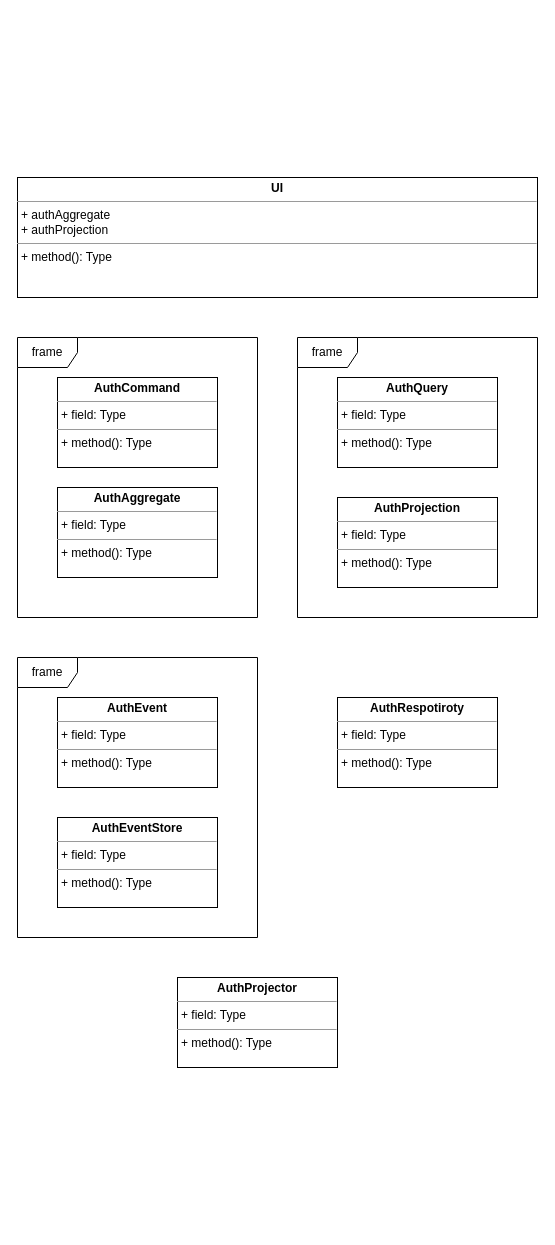
This is architecture.drawio from medical-voice-io/Movies, a draw.io file, before an edit. Source tidied: cells renumbered, new cells numbered last; positions are measured from the earlier drawing's top-left corner, leaving out a move shared by most shapes. Both pictures are drawn from the tidied source at 100%, with x=0, y=0 at pixel (17, 177).
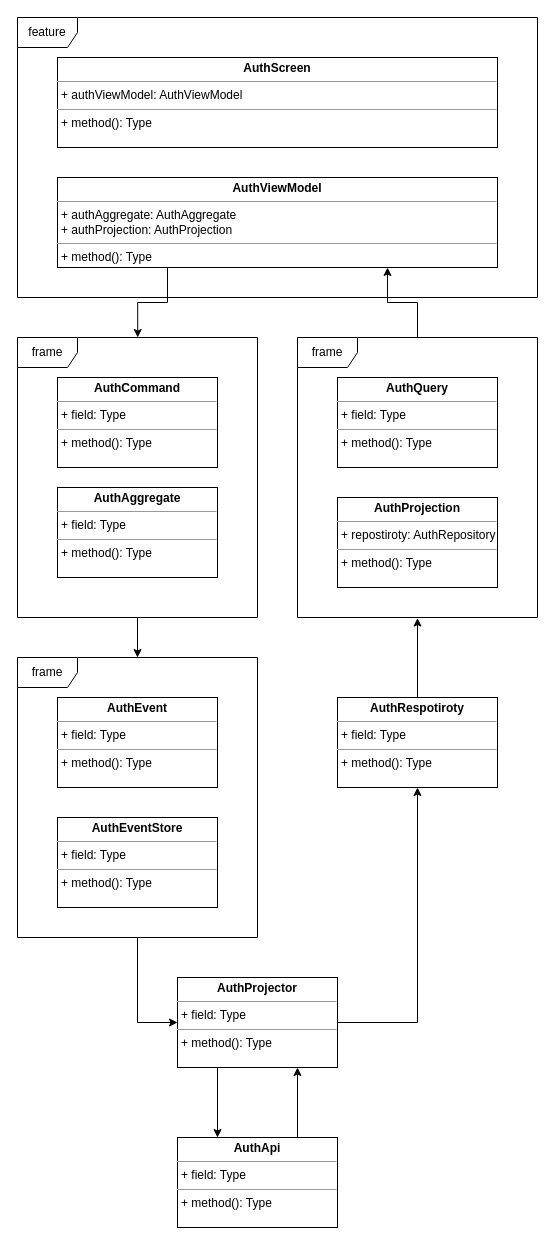
Above is the later version.

The change refers to these unchanged cells:
```xml
<mxCell id="6" value="frame" style="shape=umlFrame;whiteSpace=wrap;html=1;" parent="1" vertex="1">
  <mxGeometry y="160" width="240" height="280" as="geometry" />
</mxCell>
<mxCell id="7" value="frame" style="shape=umlFrame;whiteSpace=wrap;html=1;" parent="1" vertex="1">
  <mxGeometry x="280" y="160" width="240" height="280" as="geometry" />
</mxCell>
<mxCell id="11" value="frame" style="shape=umlFrame;whiteSpace=wrap;html=1;" parent="1" vertex="1">
  <mxGeometry y="480" width="240" height="280" as="geometry" />
</mxCell>
<mxCell id="12" value="&lt;p style=&quot;margin:0px;margin-top:4px;text-align:center;&quot;&gt;&lt;b&gt;AuthRespotiroty&lt;/b&gt;&lt;/p&gt;&lt;hr size=&quot;1&quot;&gt;&lt;p style=&quot;margin:0px;margin-left:4px;&quot;&gt;+ field: Type&lt;/p&gt;&lt;hr size=&quot;1&quot;&gt;&lt;p style=&quot;margin:0px;margin-left:4px;&quot;&gt;+ method(): Type&lt;/p&gt;" style="verticalAlign=top;align=left;overflow=fill;html=1;whiteSpace=wrap;" parent="1" vertex="1">
  <mxGeometry x="320" y="520" width="160" height="90" as="geometry" />
</mxCell>
<mxCell id="13" value="&lt;p style=&quot;margin:0px;margin-top:4px;text-align:center;&quot;&gt;&lt;b&gt;AuthProjector&lt;/b&gt;&lt;/p&gt;&lt;hr size=&quot;1&quot;&gt;&lt;p style=&quot;margin:0px;margin-left:4px;&quot;&gt;+ field: Type&lt;/p&gt;&lt;hr size=&quot;1&quot;&gt;&lt;p style=&quot;margin:0px;margin-left:4px;&quot;&gt;+ method(): Type&lt;/p&gt;" style="verticalAlign=top;align=left;overflow=fill;html=1;whiteSpace=wrap;" parent="1" vertex="1">
  <mxGeometry x="160" y="800" width="160" height="90" as="geometry" />
</mxCell>
```

The edit, as a diff of the source:
```diff
@@
-    <mxCell id="3" value="&lt;p style=&quot;margin:0px;margin-top:4px;text-align:center;&quot;&gt;&lt;b&gt;UI&lt;/b&gt;&lt;/p&gt;&lt;hr size=&quot;1&quot;&gt;&lt;p style=&quot;margin:0px;margin-left:4px;&quot;&gt;+ authAggregate&lt;/p&gt;&lt;p style=&quot;margin:0px;margin-left:4px;&quot;&gt;+ authProjection&lt;/p&gt;&lt;hr size=&quot;1&quot;&gt;&lt;p style=&quot;margin:0px;margin-left:4px;&quot;&gt;+ method(): Type&lt;/p&gt;" style="verticalAlign=top;align=left;overflow=fill;html=1;whiteSpace=wrap;" parent="1" vertex="1">
-      <mxGeometry width="520" height="120" as="geometry" />
-    </mxCell>
-    <mxCell id="4" value="&lt;p style=&quot;margin:0px;margin-top:4px;text-align:center;&quot;&gt;&lt;b&gt;AuthProjection&lt;/b&gt;&lt;/p&gt;&lt;hr size=&quot;1&quot;&gt;&lt;p style=&quot;margin:0px;margin-left:4px;&quot;&gt;+ field: Type&lt;/p&gt;&lt;hr size=&quot;1&quot;&gt;&lt;p style=&quot;margin:0px;margin-left:4px;&quot;&gt;+ method(): Type&lt;/p&gt;" style="verticalAlign=top;align=left;overflow=fill;html=1;whiteSpace=wrap;" parent="1" vertex="1">
+    <mxCell id="4" value="&lt;p style=&quot;margin:0px;margin-top:4px;text-align:center;&quot;&gt;&lt;b&gt;AuthProjection&lt;/b&gt;&lt;/p&gt;&lt;hr size=&quot;1&quot;&gt;&lt;p style=&quot;margin:0px;margin-left:4px;&quot;&gt;+ repostiroty: AuthRepository&lt;/p&gt;&lt;hr size=&quot;1&quot;&gt;&lt;p style=&quot;margin:0px;margin-left:4px;&quot;&gt;+ method(): Type&lt;/p&gt;" style="verticalAlign=top;align=left;overflow=fill;html=1;whiteSpace=wrap;" parent="1" vertex="1">
       <mxGeometry x="320" y="320" width="160" height="90" as="geometry" />
     </mxCell>
@@
+    <mxCell id="14" style="edgeStyle=orthogonalEdgeStyle;rounded=0;jettySize=auto;html=1;" parent="1" edge="1" source="6" target="11">
+      <mxGeometry relative="1" as="geometry" />
+    </mxCell>
@@
+    <mxCell id="15" style="edgeStyle=orthogonalEdgeStyle;rounded=0;jettySize=auto;html=1;entryX=0.75;entryY=1;entryDx=0;entryDy=0;" parent="1" edge="1" source="7" target="23">
+      <mxGeometry relative="1" as="geometry" />
+    </mxCell>
@@
+    <mxCell id="16" style="edgeStyle=orthogonalEdgeStyle;rounded=0;jettySize=auto;html=1;entryX=0;entryY=0.5;entryDx=0;entryDy=0;" parent="1" edge="1" source="11" target="13">
+      <mxGeometry relative="1" as="geometry" />
+    </mxCell>
@@
+    <mxCell id="17" style="edgeStyle=orthogonalEdgeStyle;rounded=0;jettySize=auto;html=1;entryX=0.5;entryY=1;entryDx=0;entryDy=0;" parent="1" edge="1" source="13" target="12">
+      <mxGeometry relative="1" as="geometry">
+        <Array as="points">
+          <mxPoint x="400" y="845" />
+        </Array>
+      </mxGeometry>
+    </mxCell>
+    <mxCell id="18" style="edgeStyle=orthogonalEdgeStyle;rounded=0;jettySize=auto;html=1;exitX=0.25;exitY=1;exitDx=0;exitDy=0;entryX=0.25;entryY=0;entryDx=0;entryDy=0;" parent="1" edge="1" source="13" target="20">
+      <mxGeometry relative="1" as="geometry" />
+    </mxCell>
@@
+    <mxCell id="19" style="edgeStyle=orthogonalEdgeStyle;rounded=0;jettySize=auto;html=1;exitX=0.75;exitY=0;exitDx=0;exitDy=0;entryX=0.75;entryY=1;entryDx=0;entryDy=0;" parent="1" edge="1" source="20" target="13">
+      <mxGeometry relative="1" as="geometry" />
+    </mxCell>
+    <mxCell id="20" value="&lt;p style=&quot;margin:0px;margin-top:4px;text-align:center;&quot;&gt;&lt;b&gt;AuthApi&lt;/b&gt;&lt;/p&gt;&lt;hr size=&quot;1&quot;&gt;&lt;p style=&quot;margin:0px;margin-left:4px;&quot;&gt;+ field: Type&lt;/p&gt;&lt;hr size=&quot;1&quot;&gt;&lt;p style=&quot;margin:0px;margin-left:4px;&quot;&gt;+ method(): Type&lt;/p&gt;" style="verticalAlign=top;align=left;overflow=fill;html=1;whiteSpace=wrap;" parent="1" vertex="1">
+      <mxGeometry x="160" y="960" width="160" height="90" as="geometry" />
+    </mxCell>
+    <mxCell id="21" style="edgeStyle=orthogonalEdgeStyle;rounded=0;jettySize=auto;html=1;entryX=0.5;entryY=1.002;entryDx=0;entryDy=0;entryPerimeter=0;" parent="1" edge="1" source="12" target="7">
+      <mxGeometry relative="1" as="geometry" />
+    </mxCell>
+    <mxCell id="22" value="feature" style="shape=umlFrame;whiteSpace=wrap;html=1;" parent="1" vertex="1">
+      <mxGeometry y="-160" width="520" height="280" as="geometry" />
+    </mxCell>
+    <mxCell id="23" value="&lt;p style=&quot;margin:0px;margin-top:4px;text-align:center;&quot;&gt;&lt;b&gt;AuthViewModel&lt;/b&gt;&lt;/p&gt;&lt;hr size=&quot;1&quot;&gt;&lt;p style=&quot;margin:0px;margin-left:4px;&quot;&gt;+ authAggregate: AuthAggregate&lt;/p&gt;&lt;p style=&quot;margin:0px;margin-left:4px;&quot;&gt;+ authProjection: AuthProjection&lt;/p&gt;&lt;hr size=&quot;1&quot;&gt;&lt;p style=&quot;margin:0px;margin-left:4px;&quot;&gt;+ method(): Type&lt;/p&gt;" style="verticalAlign=top;align=left;overflow=fill;html=1;whiteSpace=wrap;" parent="1" vertex="1">
+      <mxGeometry x="40" width="440" height="90" as="geometry" />
+    </mxCell>
+    <mxCell id="24" value="&lt;p style=&quot;margin:0px;margin-top:4px;text-align:center;&quot;&gt;&lt;b&gt;AuthScreen&lt;/b&gt;&lt;/p&gt;&lt;hr size=&quot;1&quot;&gt;&lt;p style=&quot;margin:0px;margin-left:4px;&quot;&gt;+ authViewModel: AuthViewModel&lt;/p&gt;&lt;hr size=&quot;1&quot;&gt;&lt;p style=&quot;margin:0px;margin-left:4px;&quot;&gt;+ method(): Type&lt;/p&gt;" style="verticalAlign=top;align=left;overflow=fill;html=1;whiteSpace=wrap;" parent="1" vertex="1">
+      <mxGeometry x="40" y="-120" width="440" height="90" as="geometry" />
+    </mxCell>
+    <mxCell id="25" style="edgeStyle=orthogonalEdgeStyle;rounded=0;jettySize=auto;html=1;exitX=0.25;exitY=1;exitDx=0;exitDy=0;entryX=0.501;entryY=0;entryDx=0;entryDy=0;entryPerimeter=0;" parent="1" edge="1" source="23" target="6">
+      <mxGeometry relative="1" as="geometry" />
+    </mxCell>
```
